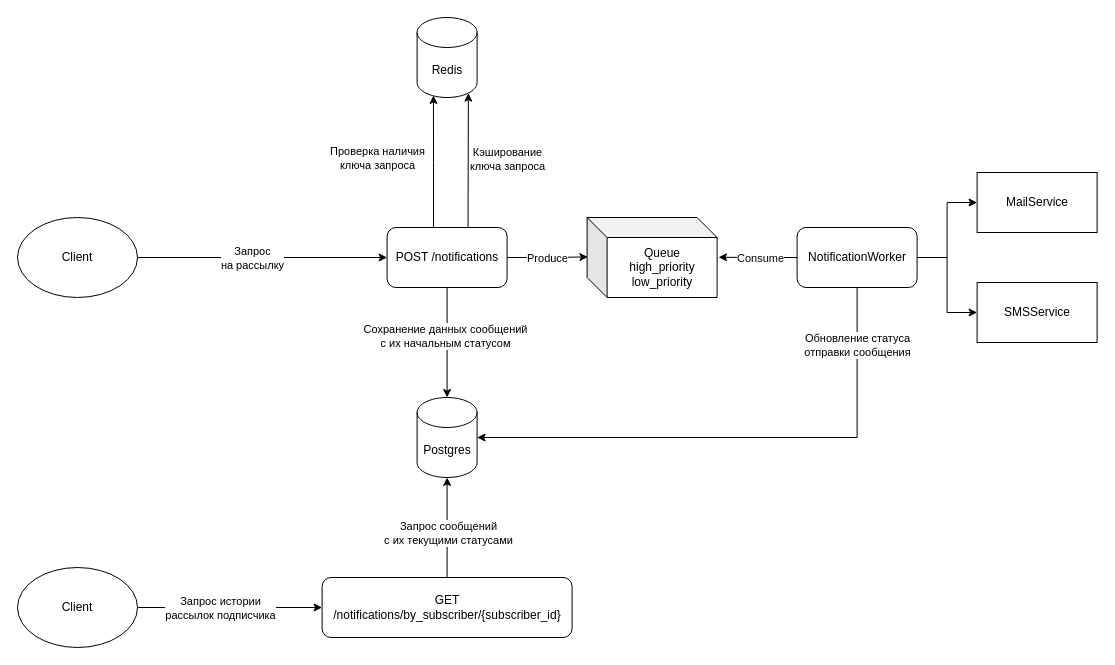
Earlier version of the draw.io diagram page "Page-1" (1 of 2) of notification_service.drawio (kracer9/NotificationService). Source tidied: cells renumbered, new cells numbered last; positions are measured from the earlier drawing's top-left corner, leaving out a move shared by most shapes. Both pictures are drawn from the tidied source at 100%, with x=0, y=0 at pixel (17, 17).
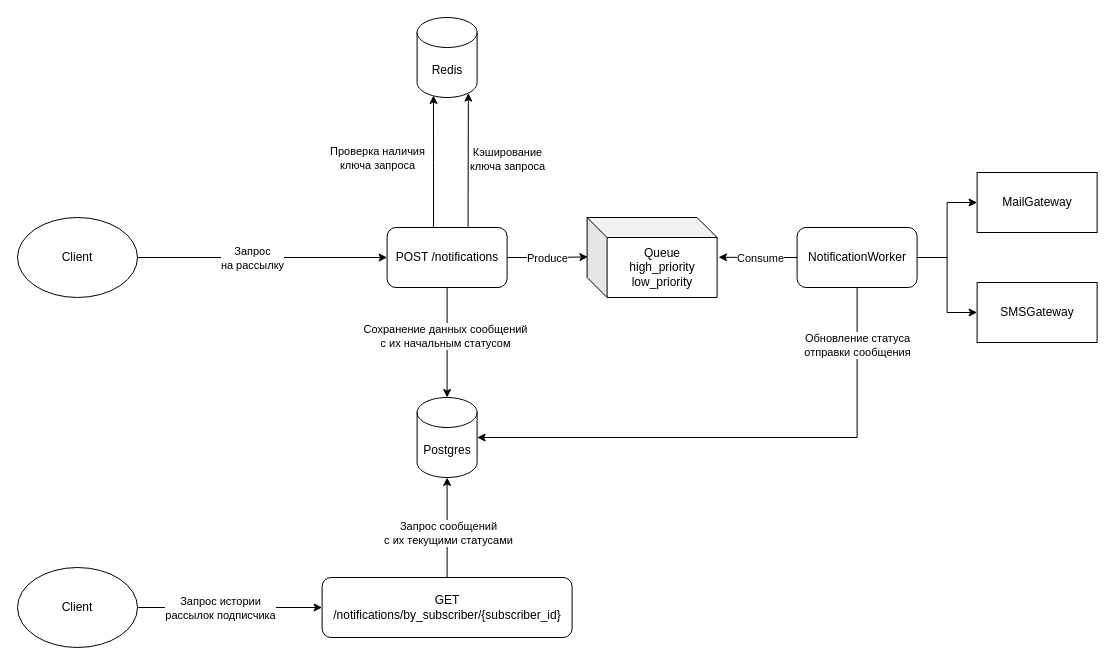
The same diagram, later.

The edit, as a diff of the source:
```diff
@@
-    <mxCell id="14" value="MailService" style="rounded=0;whiteSpace=wrap;html=1;" parent="1" vertex="1">
+    <mxCell id="14" value="MailGateway" style="rounded=0;whiteSpace=wrap;html=1;" parent="1" vertex="1">
       <mxGeometry x="959.6" y="155" width="120" height="60" as="geometry" />
     </mxCell>
-    <mxCell id="15" value="SMSService" style="rounded=0;whiteSpace=wrap;html=1;" parent="1" vertex="1">
+    <mxCell id="15" value="SMSGateway" style="rounded=0;whiteSpace=wrap;html=1;" parent="1" vertex="1">
       <mxGeometry x="959.6" y="265" width="120" height="60" as="geometry" />
     </mxCell>
```
